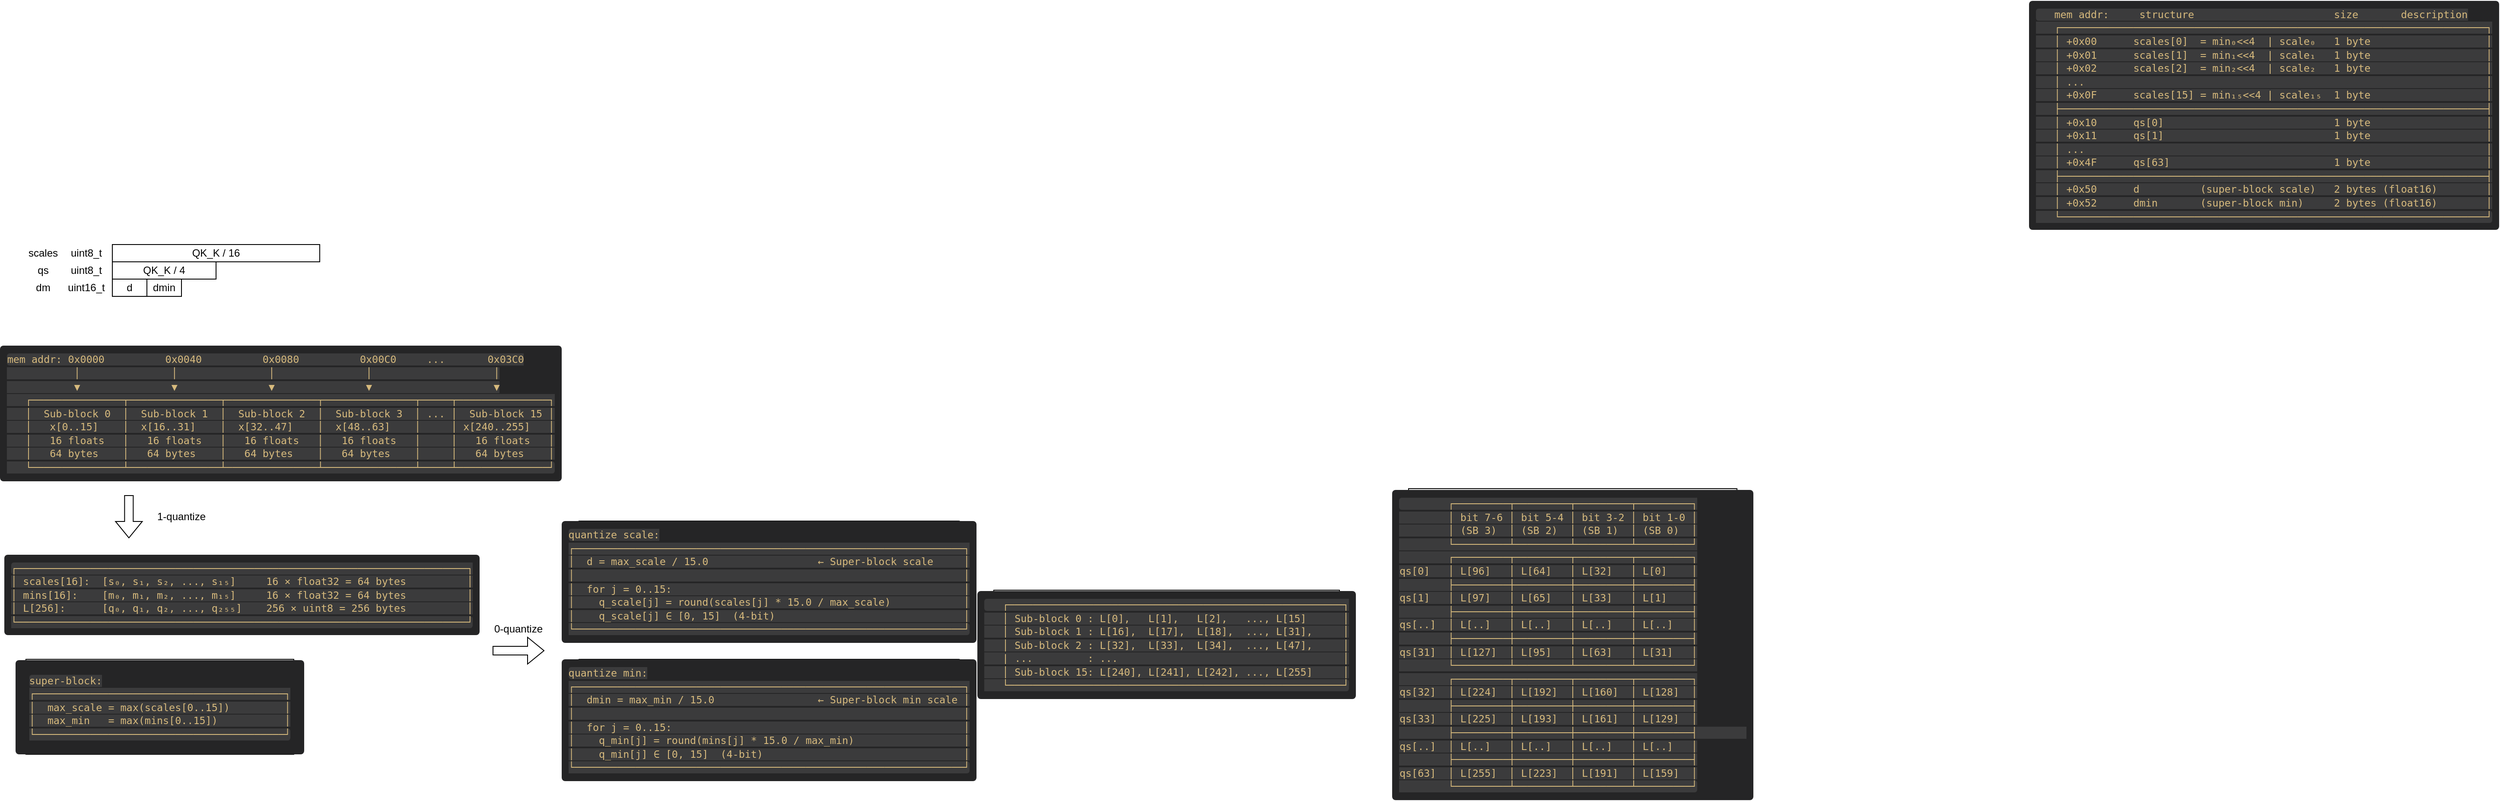
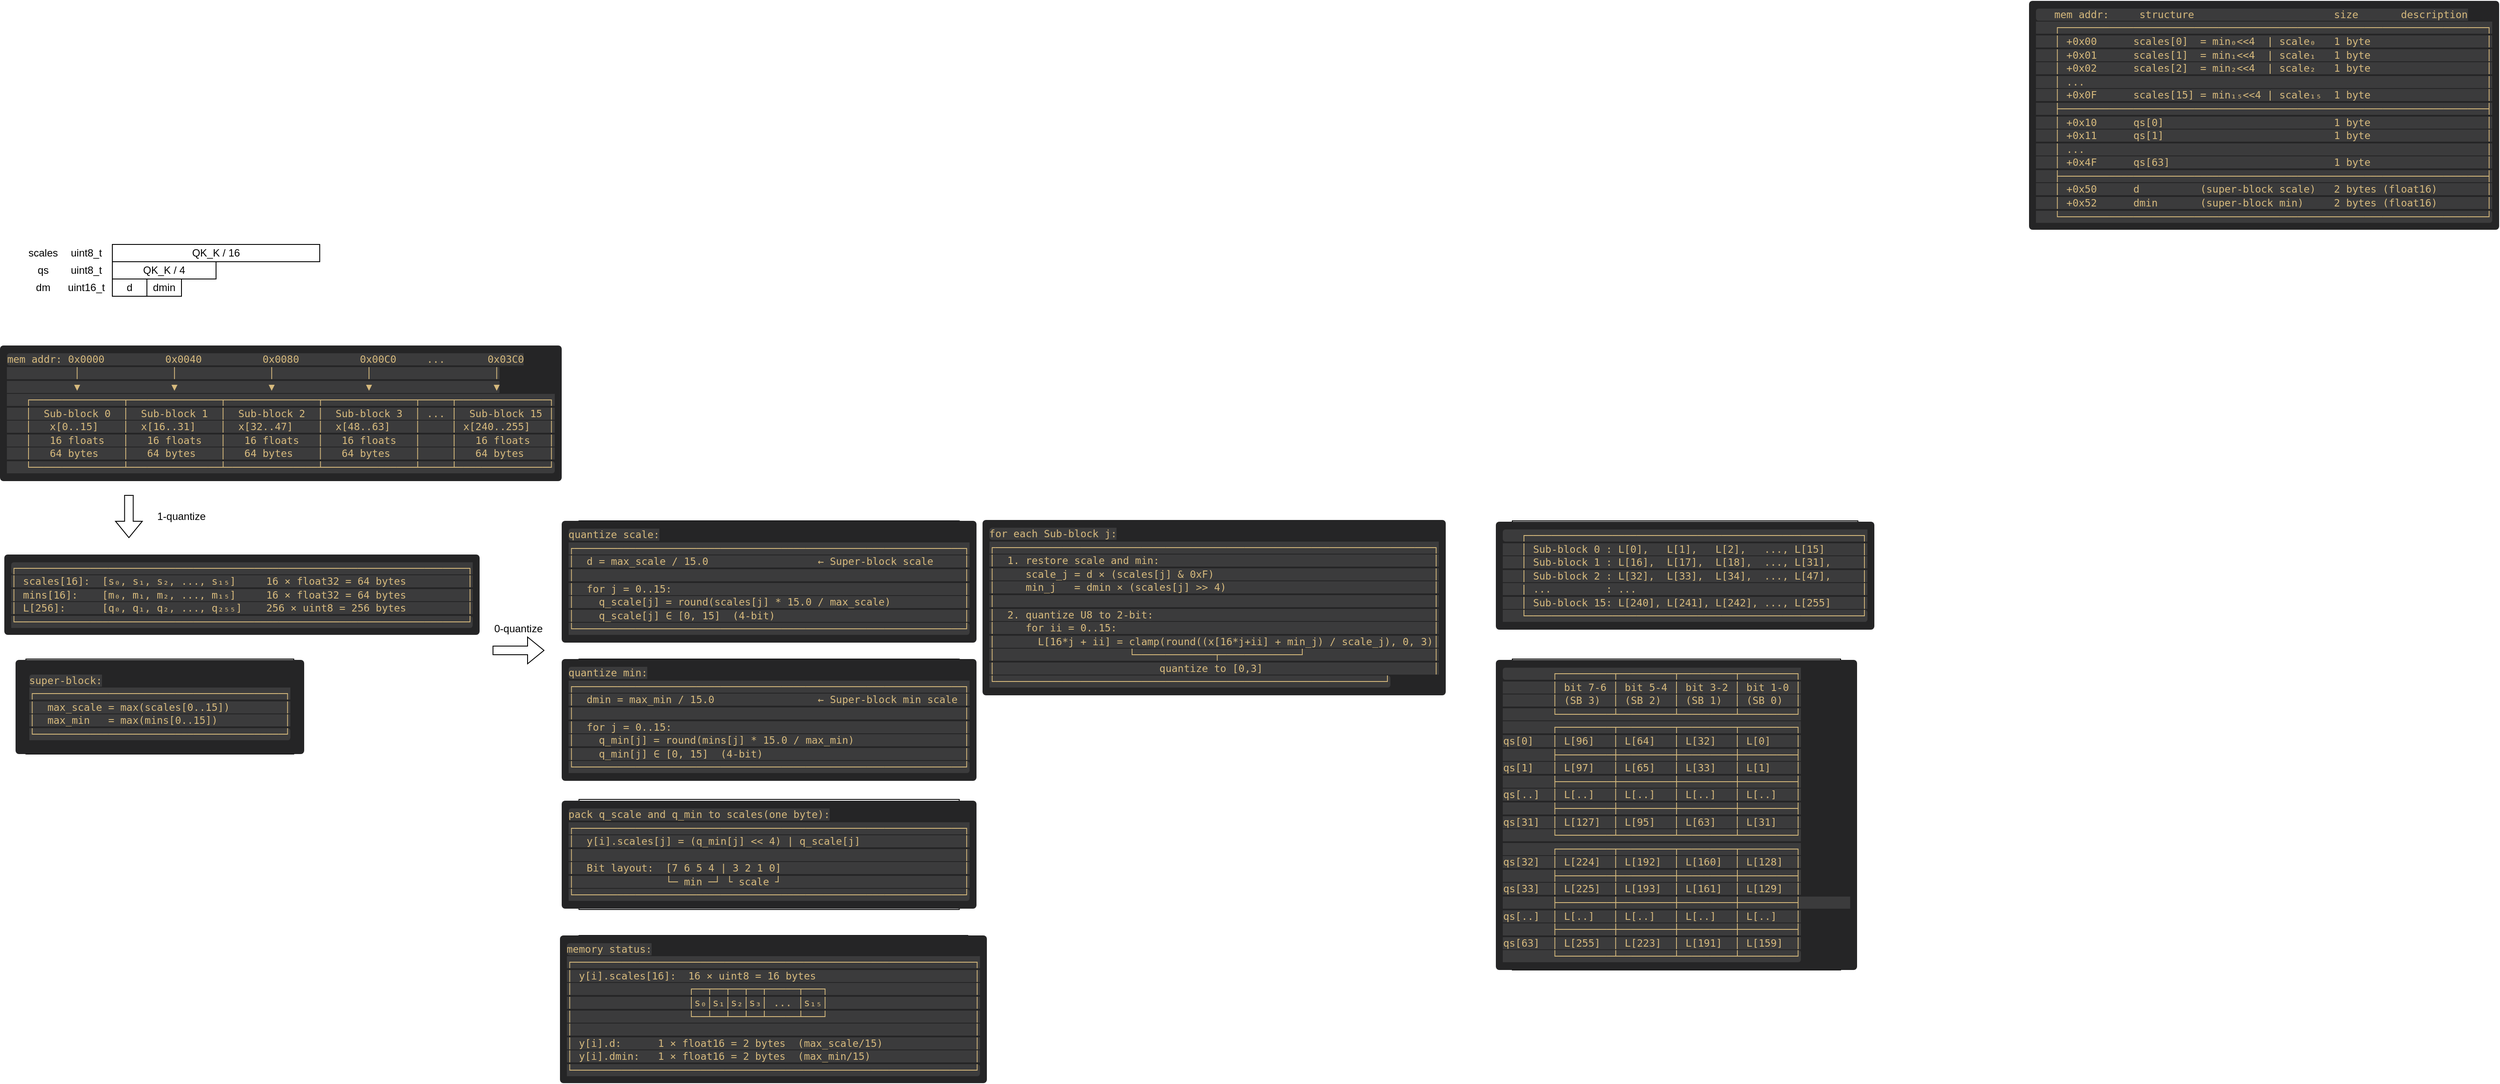
<mxfile host="app.diagrams.net">
  <diagram name="第 1 页" id="Si2-Z7cCXZd2prBrh_IV">
    <mxGraphModel dx="787" dy="457" grid="1" gridSize="10" guides="1" tooltips="1" connect="1" arrows="1" fold="1" page="1" pageScale="1" pageWidth="827" pageHeight="1169" math="0" shadow="0">
      <root>
        <mxCell id="0" />
        <mxCell id="1" parent="0" />
        <mxCell id="sU8PSUKhDcx1YNUkFXAb-27" parent="1" style="rounded=0;whiteSpace=wrap;html=1;" value="QK_K / 16" vertex="1">
          <mxGeometry height="20" width="240" x="140" y="440" as="geometry" />
        </mxCell>
        <mxCell id="sU8PSUKhDcx1YNUkFXAb-28" parent="1" style="rounded=0;whiteSpace=wrap;html=1;" value="QK_K / 4" vertex="1">
          <mxGeometry height="20" width="120" x="140" y="460" as="geometry" />
        </mxCell>
        <mxCell id="sU8PSUKhDcx1YNUkFXAb-29" parent="1" style="rounded=0;whiteSpace=wrap;html=1;" value="d" vertex="1">
          <mxGeometry height="20" width="40" x="140" y="480" as="geometry" />
        </mxCell>
        <mxCell id="sU8PSUKhDcx1YNUkFXAb-30" parent="1" style="rounded=0;whiteSpace=wrap;html=1;" value="dmin" vertex="1">
          <mxGeometry height="20" width="40" x="180" y="480" as="geometry" />
        </mxCell>
        <mxCell id="sU8PSUKhDcx1YNUkFXAb-32" parent="1" style="text;html=1;whiteSpace=wrap;strokeColor=none;fillColor=none;align=center;verticalAlign=middle;rounded=0;" value="scales" vertex="1">
          <mxGeometry height="20" width="40" x="40" y="440" as="geometry" />
        </mxCell>
        <mxCell id="sU8PSUKhDcx1YNUkFXAb-33" parent="1" style="text;html=1;whiteSpace=wrap;strokeColor=none;fillColor=none;align=center;verticalAlign=middle;rounded=0;" value="qs" vertex="1">
          <mxGeometry height="20" width="40" x="40" y="460" as="geometry" />
        </mxCell>
        <mxCell id="sU8PSUKhDcx1YNUkFXAb-34" parent="1" style="text;html=1;whiteSpace=wrap;strokeColor=none;fillColor=none;align=center;verticalAlign=middle;rounded=0;" value="dm" vertex="1">
          <mxGeometry height="20" width="40" x="40" y="480" as="geometry" />
        </mxCell>
        <mxCell id="sU8PSUKhDcx1YNUkFXAb-35" parent="1" style="text;html=1;whiteSpace=wrap;strokeColor=none;fillColor=none;align=center;verticalAlign=middle;rounded=0;" value="uint8_t" vertex="1">
          <mxGeometry height="20" width="60" x="80" y="440" as="geometry" />
        </mxCell>
        <mxCell id="sU8PSUKhDcx1YNUkFXAb-36" parent="1" style="text;html=1;whiteSpace=wrap;strokeColor=none;fillColor=none;align=center;verticalAlign=middle;rounded=0;" value="uint8_t" vertex="1">
          <mxGeometry height="20" width="60" x="80" y="460" as="geometry" />
        </mxCell>
        <mxCell id="sU8PSUKhDcx1YNUkFXAb-37" parent="1" style="text;html=1;whiteSpace=wrap;strokeColor=none;fillColor=none;align=center;verticalAlign=middle;rounded=0;" value="uint16_t" vertex="1">
          <mxGeometry height="20" width="60" x="80" y="480" as="geometry" />
        </mxCell>
        <mxCell id="sU8PSUKhDcx1YNUkFXAb-38" edge="1" parent="1" style="shape=flexArrow;endArrow=classic;html=1;rounded=0;" value="">
          <mxGeometry height="50" relative="1" width="50" as="geometry">
            <mxPoint x="159.17000000000002" y="730" as="sourcePoint" />
            <mxPoint x="159.17000000000002" y="780" as="targetPoint" />
          </mxGeometry>
        </mxCell>
        <mxCell id="sU8PSUKhDcx1YNUkFXAb-57" edge="1" parent="1" style="shape=flexArrow;endArrow=classic;html=1;rounded=0;" value="">
          <mxGeometry height="50" relative="1" width="50" as="geometry">
            <mxPoint x="580" y="910" as="sourcePoint" />
            <mxPoint x="640" y="910" as="targetPoint" />
          </mxGeometry>
        </mxCell>
        <mxCell id="sU8PSUKhDcx1YNUkFXAb-82" parent="1" style="text;html=1;whiteSpace=wrap;strokeColor=none;fillColor=none;align=center;verticalAlign=middle;rounded=0;" value="1-quantize" vertex="1">
          <mxGeometry height="30" width="80" x="180" y="740" as="geometry" />
        </mxCell>
        <mxCell id="sU8PSUKhDcx1YNUkFXAb-83" parent="1" style="text;html=1;whiteSpace=wrap;strokeColor=none;fillColor=none;align=center;verticalAlign=middle;rounded=0;" value="0-quantize" vertex="1">
          <mxGeometry height="30" width="60" x="580" y="870" as="geometry" />
        </mxCell>
        <mxCell id="sU8PSUKhDcx1YNUkFXAb-156" parent="1" style="rounded=0;whiteSpace=wrap;html=1;" value="&lt;pre style=&quot;overflow-x: auto; box-sizing: border-box; border-radius: 4px; max-width: 100%; margin: 0px; padding: 8px; color: rgb(204, 204, 204); font-size: 13px; text-align: start; background-color: rgb(37, 37, 38);&quot;&gt;&lt;code style=&quot;color: rgb(215, 186, 125); background-color: rgba(255, 255, 255, 0.1); padding: 0px; border-radius: 3px; word-break: break-word; font-size: 0.9em;&quot;&gt;   mem addr:     structure                       size       description&lt;br&gt;   ┌──────────────────────────────────────────────────────────────────────┐&lt;br&gt;   │ +0x00      scales[0]  = min₀&amp;lt;&amp;lt;4  | scale₀   1 byte                   │&lt;br&gt;   │ +0x01      scales[1]  = min₁&amp;lt;&amp;lt;4  | scale₁   1 byte                   │&lt;br&gt;   │ +0x02      scales[2]  = min₂&amp;lt;&amp;lt;4  | scale₂   1 byte                   │&lt;br&gt;   │ ...                                                                  │&lt;br&gt;   │ +0x0F      scales[15] = min₁₅&amp;lt;&amp;lt;4 | scale₁₅  1 byte                   │&lt;br&gt;   ├──────────────────────────────────────────────────────────────────────┤&lt;br&gt;   │ +0x10      qs[0]                            1 byte                   │&lt;br&gt;   │ +0x11      qs[1]                            1 byte                   │&lt;br&gt;   │ ...                                                                  │&lt;br&gt;   │ +0x4F      qs[63]                           1 byte                   │&lt;br&gt;   ├──────────────────────────────────────────────────────────────────────┤&lt;br&gt;   │ +0x50      d          (super-block scale)   2 bytes (float16)        │&lt;br&gt;   │ +0x52      dmin       (super-block min)     2 bytes (float16)        │&lt;br&gt;   └──────────────────────────────────────────────────────────────────────┘&lt;/code&gt;&lt;/pre&gt;" vertex="1">
          <mxGeometry height="60" width="160" x="2550" y="260" as="geometry" />
        </mxCell>
        <mxCell id="sU8PSUKhDcx1YNUkFXAb-157" parent="1" style="rounded=0;whiteSpace=wrap;html=1;" value="&lt;pre style=&quot;overflow-x: auto; box-sizing: border-box; border-radius: 4px; max-width: 100%; margin: 0px; padding: 8px; color: rgb(204, 204, 204); font-size: 13px; text-align: start; background-color: rgb(37, 37, 38);&quot;&gt;&lt;code style=&quot;color: rgb(215, 186, 125); background-color: rgba(255, 255, 255, 0.1); padding: 0px; border-radius: 3px; word-break: break-word; font-size: 0.9em;&quot;&gt;   ┌───────────────────────────────────────────────────────┐&lt;br&gt;   │ Sub-block 0 : L[0],   L[1],   L[2],   ..., L[15]      │&lt;br&gt;   │ Sub-block 1 : L[16],  L[17],  L[18],  ..., L[31],     │&lt;br&gt;   │ Sub-block 2 : L[32],  L[33],  L[34],  ..., L[47],     │&lt;br&gt;   | ...         : ...                                     │&lt;br&gt;   │ Sub-block 15: L[240], L[241], L[242], ..., L[255]     │&lt;br&gt;   └───────────────────────────────────────────────────────┘&lt;/code&gt;&lt;/pre&gt;" vertex="1">
-           <mxGeometry height="125" width="400" x="1160" y="840" as="geometry" />
+           <mxGeometry height="125" width="400" x="1760" y="760" as="geometry" />
        </mxCell>
        <mxCell id="sU8PSUKhDcx1YNUkFXAb-159" parent="1" style="rounded=0;whiteSpace=wrap;html=1;" value="&lt;pre style=&quot;overflow-x: auto; box-sizing: border-box; border-radius: 4px; max-width: 100%; margin: 0px; padding: 8px; text-align: start; background-color: rgb(37, 37, 38); font-size: 13px; color: rgb(204, 204, 204);&quot;&gt;&lt;code style=&quot;color: rgb(215, 186, 125); background-color: rgba(255, 255, 255, 0.1); padding: 0px; border-radius: 3px; word-break: break-word; font-size: 0.9em;&quot;&gt;        ┌─────────┬─────────┬─────────┬─────────┐&lt;br&gt;        │ bit 7-6 │ bit 5-4 │ bit 3-2 │ bit 1-0 │&lt;br&gt;        │ (SB 3)  │ (SB 2)  │ (SB 1)  │ (SB 0)  │&lt;br&gt;        └─────────┴─────────┴─────────┴─────────┘&lt;br&gt;        ┌─────────┬─────────┬─────────┬─────────┐&lt;br&gt;qs[0]   │ L[96]   │ L[64]   │ L[32]   │ L[0]    │&lt;br&gt;        ├─────────┼─────────┼─────────┼─────────┤&lt;br&gt;qs[1]   │ L[97]   │ L[65]   │ L[33]   │ L[1]    │&lt;br&gt;        ├─────────┼─────────┼─────────┼─────────┤&lt;br&gt;qs[..]  │ L[..]   │ L[..]   │ L[..]   │ L[..]   │&lt;br&gt;        ├─────────┼─────────┼─────────┼─────────┤&lt;br&gt;qs[31]  │ L[127]  │ L[95]   │ L[63]   │ L[31]   │&lt;br&gt;        └─────────┴─────────┴─────────┴─────────┘&lt;br&gt;        ┌─────────┬─────────┬─────────┬─────────┐&lt;br&gt;qs[32]  │ L[224]  │ L[192]  │ L[160]  │ L[128]  │&lt;br&gt;        ├─────────┼─────────┼─────────┼─────────┤&lt;br&gt;qs[33]  │ L[225]  │ L[193]  │ L[161]  │ L[129]  │&lt;br&gt;        ├─────────┼─────────┼─────────┼─────────┤        &lt;br&gt;qs[..]  │ L[..]   │ L[..]   │ L[..]   │ L[..]   │&lt;br&gt;        ├─────────┼─────────┼─────────┼─────────┤&lt;br&gt;qs[63]  │ L[255]  │ L[223]  │ L[191]  │ L[159]  │&lt;br&gt;        └─────────┴─────────┴─────────┴─────────┘&lt;/code&gt;&lt;/pre&gt;" vertex="1">
-           <mxGeometry height="360" width="380" x="1640" y="722.5" as="geometry" />
+           <mxGeometry height="360" width="380" x="1760" y="920" as="geometry" />
        </mxCell>
        <mxCell id="sU8PSUKhDcx1YNUkFXAb-162" parent="1" style="rounded=0;whiteSpace=wrap;html=1;" value="&lt;pre style=&quot;overflow-x: auto; box-sizing: border-box; border-radius: 4px; max-width: 100%; margin: 0px; padding: 8px; color: rgb(204, 204, 204); font-size: 13px; text-align: start; background-color: rgb(37, 37, 38);&quot;&gt;&lt;code style=&quot;color: rgb(215, 186, 125); background-color: rgba(255, 255, 255, 0.1); padding: 0px; border-radius: 3px; word-break: break-word; font-size: 0.9em;&quot;&gt;mem addr: 0x0000          0x0040          0x0080          0x00C0     ...       0x03C0&lt;br&gt;           │               │               │               │                    │&lt;br&gt;           ▼               ▼               ▼               ▼                    ▼&lt;br&gt;   ┌───────────────┬───────────────┬───────────────┬───────────────┬─────┬───────────────┐&lt;br&gt;   │  Sub-block 0  │  Sub-block 1  │  Sub-block 2  │  Sub-block 3  │ ... │  Sub-block 15 │&lt;br&gt;   │   x[0..15]    │  x[16..31]    │  x[32..47]    │  x[48..63]    │     │ x[240..255]   │&lt;br&gt;   │   16 floats   │   16 floats   │   16 floats   │   16 floats   │     │   16 floats   │&lt;br&gt;   │   64 bytes    │   64 bytes    │   64 bytes    │   64 bytes    │     │   64 bytes    │&lt;br&gt;   └───────────────┴───────────────┴───────────────┴───────────────┴─────┴───────────────┘&lt;/code&gt;&lt;/pre&gt;" vertex="1">
          <mxGeometry height="150" width="590" x="40" y="560" as="geometry" />
        </mxCell>
        <mxCell id="sU8PSUKhDcx1YNUkFXAb-163" parent="1" style="rounded=0;whiteSpace=wrap;html=1;" value="&lt;pre style=&quot;overflow-x: auto; box-sizing: border-box; border-radius: 4px; max-width: 100%; margin: 0px; padding: 8px; color: rgb(204, 204, 204); font-size: 13px; text-align: start; background-color: rgb(37, 37, 38);&quot;&gt;&lt;code style=&quot;color: rgb(215, 186, 125); background-color: rgba(255, 255, 255, 0.1); padding: 0px; border-radius: 3px; word-break: break-word; font-size: 0.9em;&quot;&gt;┌──────────────────────────────────────────────────────────────────────────┐&lt;br&gt;│ scales[16]:  [s₀, s₁, s₂, ..., s₁₅]     16 × float32 = 64 bytes          │&lt;br&gt;│ mins[16]:    [m₀, m₁, m₂, ..., m₁₅]     16 × float32 = 64 bytes          │&lt;br&gt;│ L[256]:      [q₀, q₁, q₂, ..., q₂₅₅]    256 × uint8 = 256 bytes          │&lt;br&gt;└──────────────────────────────────────────────────────────────────────────┘&lt;/code&gt;&lt;/pre&gt;" vertex="1">
          <mxGeometry height="90" width="500" x="40" y="800" as="geometry" />
        </mxCell>
        <mxCell id="sU8PSUKhDcx1YNUkFXAb-164" parent="1" style="rounded=0;whiteSpace=wrap;html=1;" value="&lt;pre style=&quot;overflow-x: auto; box-sizing: border-box; border-radius: 4px; max-width: 100%; margin: 0px; padding: 8px; color: rgb(204, 204, 204); font-size: 13px; text-align: start; background-color: rgb(37, 37, 38);&quot;&gt;&lt;pre style=&quot;overflow-x: auto; box-sizing: border-box; border-radius: 4px; max-width: 100%; margin: 0px; padding: 8px;&quot;&gt;&lt;code style=&quot;color: rgb(215, 186, 125); background-color: rgba(255, 255, 255, 0.1); padding: 0px; border-radius: 3px; word-break: break-word; font-size: 0.9em;&quot;&gt;super-block:&lt;br&gt;┌─────────────────────────────────────────┐&lt;br&gt;│  max_scale = max(scales[0..15])         │&lt;br&gt;│  max_min   = max(mins[0..15])           │&lt;br&gt;└─────────────────────────────────────────┘&lt;/code&gt;&lt;/pre&gt;&lt;/pre&gt;" vertex="1">
          <mxGeometry height="110" width="310" x="40" y="920" as="geometry" />
        </mxCell>
        <mxCell id="sU8PSUKhDcx1YNUkFXAb-165" parent="1" style="rounded=0;whiteSpace=wrap;html=1;" value="&lt;pre style=&quot;overflow-x: auto; box-sizing: border-box; border-radius: 4px; max-width: 100%; margin: 0px; padding: 8px; color: rgb(204, 204, 204); font-size: 13px; text-align: start; background-color: rgb(37, 37, 38);&quot;&gt;&lt;code style=&quot;color: rgb(215, 186, 125); background-color: rgba(255, 255, 255, 0.1); padding: 0px; border-radius: 3px; word-break: break-word; font-size: 0.9em;&quot;&gt;quantize scale:&lt;br&gt;┌────────────────────────────────────────────────────────────────┐&lt;br&gt;│  d = max_scale / 15.0                  ← Super-block scale     │&lt;br&gt;│                                                                │&lt;br&gt;│  for j = 0..15:                                                │&lt;br&gt;│    q_scale[j] = round(scales[j] * 15.0 / max_scale)            │&lt;br&gt;│    q_scale[j] ∈ [0, 15]  (4-bit)                               │&lt;br&gt;└────────────────────────────────────────────────────────────────┘&lt;/code&gt;&lt;/pre&gt;" vertex="1">
          <mxGeometry height="140" width="440" x="680" y="760" as="geometry" />
        </mxCell>
        <mxCell id="sU8PSUKhDcx1YNUkFXAb-166" parent="1" style="rounded=0;whiteSpace=wrap;html=1;" value="&lt;pre style=&quot;overflow-x: auto; box-sizing: border-box; border-radius: 4px; max-width: 100%; margin: 0px; padding: 8px; color: rgb(204, 204, 204); font-size: 13px; text-align: start; background-color: rgb(37, 37, 38);&quot;&gt;&lt;code style=&quot;color: rgb(215, 186, 125); background-color: rgba(255, 255, 255, 0.1); padding: 0px; border-radius: 3px; word-break: break-word; font-size: 0.9em;&quot;&gt;quantize min:&lt;br&gt;┌────────────────────────────────────────────────────────────────┐&lt;br&gt;│  dmin = max_min / 15.0                 ← Super-block min scale │&lt;br&gt;│                                                                │&lt;br&gt;│  for j = 0..15:                                                │&lt;br&gt;│    q_min[j] = round(mins[j] * 15.0 / max_min)                  │&lt;br&gt;│    q_min[j] ∈ [0, 15]  (4-bit)                                 │&lt;br&gt;└────────────────────────────────────────────────────────────────┘&lt;/code&gt;&lt;/pre&gt;" vertex="1">
          <mxGeometry height="140" width="440" x="680" y="920" as="geometry" />
        </mxCell>
+         <mxCell id="sU8PSUKhDcx1YNUkFXAb-167" parent="1" style="rounded=0;whiteSpace=wrap;html=1;" value="&lt;pre style=&quot;overflow-x: auto; box-sizing: border-box; border-radius: 4px; max-width: 100%; margin: 0px; padding: 8px; color: rgb(204, 204, 204); font-size: 13px; text-align: start; background-color: rgb(37, 37, 38);&quot;&gt;&lt;code style=&quot;color: rgb(215, 186, 125); background-color: rgba(255, 255, 255, 0.1); padding: 0px; border-radius: 3px; word-break: break-word; font-size: 0.9em;&quot;&gt;pack q_scale and q_min to scales(one byte):&lt;br&gt;┌────────────────────────────────────────────────────────────────┐&lt;br&gt;│  y[i].scales[j] = (q_min[j] &amp;lt;&amp;lt; 4) | q_scale[j]                 │&lt;br&gt;│                                                                │&lt;br&gt;│  Bit layout:  [7 6 5 4 | 3 2 1 0]                              │&lt;br&gt;│               └─ min ─┘ └ scale ┘                              │&lt;br&gt;└────────────────────────────────────────────────────────────────┘&lt;/code&gt;&lt;/pre&gt;" vertex="1">
+           <mxGeometry height="127.5" width="440" x="680" y="1082.5" as="geometry" />
+         </mxCell>
+         <mxCell id="sU8PSUKhDcx1YNUkFXAb-169" parent="1" style="whiteSpace=wrap;html=1;" value="&lt;pre style=&quot;overflow-x: auto; box-sizing: border-box; border-radius: 4px; max-width: 100%; margin: 0px; padding: 8px; color: rgb(204, 204, 204); font-size: 13px; text-align: start; background-color: rgb(37, 37, 38);&quot;&gt;&lt;code style=&quot;color: rgb(215, 186, 125); background-color: rgba(255, 255, 255, 0.1); padding: 0px; border-radius: 3px; word-break: break-word; font-size: 0.9em;&quot;&gt;memory status:&lt;br&gt;┌──────────────────────────────────────────────────────────────────┐&lt;br&gt;│ y[i].scales[16]:  16 × uint8 = 16 bytes                          │&lt;br&gt;│                   ┌──┬──┬──┬──┬─────┬───┐                        │&lt;br&gt;│                   │s₀│s₁│s₂│s₃│ ... │s₁₅│                        │&lt;br&gt;│                   └──┴──┴──┴──┴─────┴───┘                        │&lt;br&gt;│                                                                  │&lt;br&gt;│ y[i].d:      1 × float16 = 2 bytes  (max_scale/15)               │&lt;br&gt;│ y[i].dmin:   1 × float16 = 2 bytes  (max_min/15)                 │&lt;br&gt;└──────────────────────────────────────────────────────────────────┘&lt;/code&gt;&lt;/pre&gt;" vertex="1">
+           <mxGeometry height="170" width="450" x="680" y="1240" as="geometry" />
+         </mxCell>
+         <mxCell id="sU8PSUKhDcx1YNUkFXAb-170" parent="1" style="whiteSpace=wrap;html=1;" value="&lt;pre style=&quot;overflow-x: auto; box-sizing: border-box; border-radius: 4px; max-width: 100%; margin: 0px; padding: 8px; color: rgb(204, 204, 204); font-size: 13px; text-align: start; background-color: rgb(37, 37, 38);&quot;&gt;&lt;code style=&quot;color: rgb(215, 186, 125); background-color: rgba(255, 255, 255, 0.1); padding: 0px; border-radius: 3px; word-break: break-word; font-size: 0.9em;&quot;&gt;for each Sub-block j:&lt;br&gt;┌────────────────────────────────────────────────────────────────────────┐&lt;br&gt;│  1. restore scale and min:                                             │&lt;br&gt;│     scale_j = d × (scales[j] &amp;amp; 0xF)                                    │&lt;br&gt;│     min_j   = dmin × (scales[j] &amp;gt;&amp;gt; 4)                                  │&lt;br&gt;│                                                                        │&lt;br&gt;│  2. quantize U8 to 2-bit:                                              │&lt;br&gt;│     for ii = 0..15:                                                    │&lt;br&gt;│       L[16*j + ii] = clamp(round((x[16*j+ii] + min_j) / scale_j), 0, 3)│&lt;br&gt;│                      └─────────────┬─────────────┘                     │&lt;br&gt;│                           quantize to [0,3]                            │&lt;br&gt;└────────────────────────────────────────────────────────────────┘&lt;/code&gt;&lt;/pre&gt;" vertex="1">
+           <mxGeometry height="200" width="510" x="1160" y="760" as="geometry" />
+         </mxCell>
      </root>
    </mxGraphModel>
  </diagram>
</mxfile>
